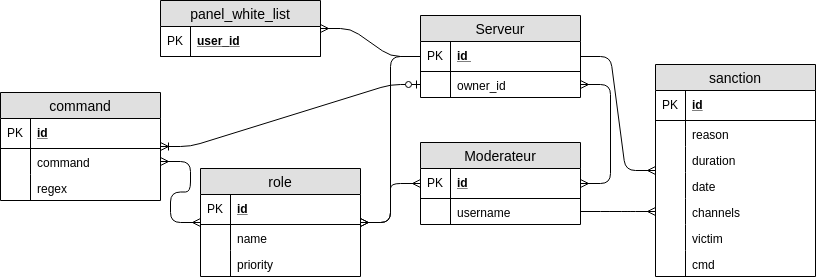
Earlier version of the draw.io export doc/schema_associatif.png (RomainCtl/discord_project). Source tidied: cells renumbered, new cells last; positions are measured from the earlier drawing's top-left corner, leaving out a move shared by most shapes.
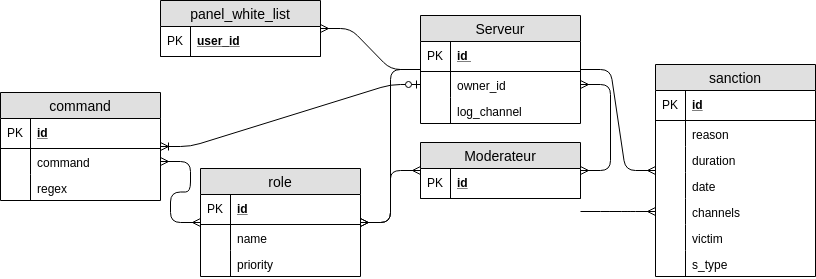
After the change.

The edit, as a diff of the source:
```diff
@@ -3,7 +3,7 @@
     <mxCell id="0" />
     <mxCell id="1" parent="0" />
     <mxCell id="2" value="Serveur" style="swimlane;fontStyle=0;horizontal=1;startSize=26;fillColor=#e0e0e0;swimlaneFillColor=#ffffff;align=center;fontSize=14;fontColor=#000000;strokeColor=#000000;" parent="1" vertex="1">
-      <mxGeometry x="420" y="15" width="160" height="82" as="geometry" />
+      <mxGeometry x="420" y="15" width="160" height="108" as="geometry" />
     </mxCell>
     <mxCell id="3" value="id " style="shape=partialRectangle;top=0;left=0;right=0;bottom=1;align=left;verticalAlign=middle;fillColor=none;spacingLeft=34;spacingRight=4;overflow=hidden;fontStyle=5;fontSize=12;fontColor=#000000;strokeColor=#000000;" parent="2" vertex="1">
       <mxGeometry y="26" width="160" height="30" as="geometry" />
@@ -17,8 +17,14 @@
     <mxCell id="6" style="shape=partialRectangle;top=0;left=0;bottom=0;fillColor=none;align=left;verticalAlign=top;spacingLeft=4;spacingRight=4;overflow=hidden;fontSize=12;fontColor=#000000;strokeColor=#000000;" parent="5" vertex="1">
       <mxGeometry width="30" height="26" as="geometry" />
     </mxCell>
+    <mxCell id="52" value="log_channel" style="shape=partialRectangle;top=0;left=0;right=0;bottom=0;align=left;verticalAlign=top;fillColor=none;spacingLeft=34;spacingRight=4;overflow=hidden;fontSize=12;fontColor=#000000;strokeColor=#000000;" parent="2" vertex="1">
+      <mxGeometry y="82" width="160" height="26" as="geometry" />
+    </mxCell>
+    <mxCell id="53" style="shape=partialRectangle;top=0;left=0;bottom=0;fillColor=none;align=left;verticalAlign=top;spacingLeft=4;spacingRight=4;overflow=hidden;fontSize=12;fontColor=#000000;strokeColor=#000000;" parent="52" vertex="1">
+      <mxGeometry width="30" height="26" as="geometry" />
+    </mxCell>
     <mxCell id="7" value="Moderateur" style="swimlane;fontStyle=0;horizontal=1;startSize=26;fillColor=#e0e0e0;swimlaneFillColor=#ffffff;align=center;fontSize=14;strokeColor=#000000;fontColor=#000000;" parent="1" vertex="1">
-      <mxGeometry x="420" y="142" width="160" height="82" as="geometry" />
+      <mxGeometry x="420" y="142" width="160" height="56" as="geometry" />
     </mxCell>
     <mxCell id="8" value="id" style="shape=partialRectangle;top=0;left=0;right=0;bottom=1;align=left;verticalAlign=middle;fillColor=none;spacingLeft=34;spacingRight=4;overflow=hidden;fontStyle=5;fontSize=12;strokeColor=#000000;fontColor=#000000;" parent="7" vertex="1">
       <mxGeometry y="26" width="160" height="30" as="geometry" />
@@ -26,12 +32,6 @@
     <mxCell id="9" value="PK" style="shape=partialRectangle;top=0;left=0;bottom=0;fillColor=none;align=left;verticalAlign=middle;spacingLeft=4;spacingRight=4;overflow=hidden;fontSize=12;strokeColor=#000000;fontColor=#000000;" parent="8" vertex="1">
       <mxGeometry width="30" height="30" as="geometry" />
     </mxCell>
-    <mxCell id="10" value="username" style="shape=partialRectangle;top=0;left=0;right=0;bottom=0;align=left;verticalAlign=top;fillColor=none;spacingLeft=34;spacingRight=4;overflow=hidden;points=[[0,0.5],[1,0.5]];portConstraint=eastwest;fontSize=12;strokeColor=#000000;fontColor=#000000;" parent="7" vertex="1">
-      <mxGeometry y="56" width="160" height="26" as="geometry" />
-    </mxCell>
-    <mxCell id="11" style="shape=partialRectangle;top=0;left=0;bottom=0;fillColor=none;align=left;verticalAlign=top;spacingLeft=4;spacingRight=4;overflow=hidden;fontSize=12;strokeColor=#000000;fontColor=#000000;" parent="10" vertex="1">
-      <mxGeometry width="30" height="26" as="geometry" />
-    </mxCell>
     <mxCell id="12" value="role" style="swimlane;fontStyle=0;horizontal=1;startSize=26;fillColor=#e0e0e0;swimlaneFillColor=#ffffff;align=center;fontSize=14;strokeColor=#000000;fontColor=#000000;" parent="1" vertex="1">
       <mxGeometry x="200" y="168" width="160" height="108" as="geometry" />
     </mxCell>
@@ -92,7 +92,7 @@
     <mxCell id="31" style="shape=partialRectangle;top=0;left=0;bottom=0;fillColor=none;align=left;verticalAlign=top;spacingLeft=4;spacingRight=4;overflow=hidden;fontSize=12;fontColor=#000000;strokeColor=#000000;" parent="30" vertex="1">
       <mxGeometry width="30" height="26" as="geometry" />
     </mxCell>
-    <mxCell id="32" value="cmd" style="shape=partialRectangle;top=0;left=0;right=0;bottom=0;align=left;verticalAlign=top;fillColor=none;spacingLeft=34;spacingRight=4;overflow=hidden;fontSize=12;fontColor=#000000;strokeColor=#000000;" parent="19" vertex="1">
+    <mxCell id="32" value="s_type" style="shape=partialRectangle;top=0;left=0;right=0;bottom=0;align=left;verticalAlign=top;fillColor=none;spacingLeft=34;spacingRight=4;overflow=hidden;fontSize=12;fontColor=#000000;strokeColor=#000000;" parent="19" vertex="1">
       <mxGeometry y="186" width="160" height="26" as="geometry" />
     </mxCell>
     <mxCell id="33" style="shape=partialRectangle;top=0;left=0;bottom=0;fillColor=none;align=left;verticalAlign=top;spacingLeft=4;spacingRight=4;overflow=hidden;fontSize=12;fontColor=#000000;strokeColor=#000000;" parent="32" vertex="1">
@@ -143,8 +143,10 @@
     <mxCell id="48" style="edgeStyle=entityRelationEdgeStyle;fontSize=12;html=1;endArrow=ERmany;strokeColor=#000000;" parent="1" edge="1" source="2" target="19">
       <mxGeometry relative="1" as="geometry" />
     </mxCell>
-    <mxCell id="49" style="edgeStyle=entityRelationEdgeStyle;fontSize=12;html=1;endArrow=ERmany;strokeColor=#000000;" parent="1" edge="1" source="10" target="28">
-      <mxGeometry relative="1" as="geometry" />
+    <mxCell id="49" style="edgeStyle=entityRelationEdgeStyle;fontSize=12;html=1;endArrow=ERmany;strokeColor=#000000;" parent="1" edge="1" target="28">
+      <mxGeometry relative="1" as="geometry">
+        <mxPoint x="580" y="211" as="sourcePoint" />
+      </mxGeometry>
     </mxCell>
     <mxCell id="50" style="edgeStyle=entityRelationEdgeStyle;fontSize=12;html=1;endArrow=ERmany;startArrow=ERmany;strokeColor=#000000;" parent="1" edge="1" source="7" target="5">
       <mxGeometry relative="1" as="geometry" />
```
